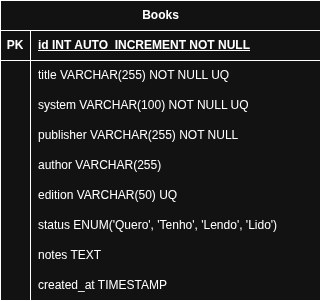
Before: docs/ERD.png, a diagram exported from draw.io (rpgouveia/ec3-ra1-pjbl). Source tidied: cells renumbered, new cells last; positions are measured from the earlier drawing's top-left corner, leaving out a move shared by most shapes.
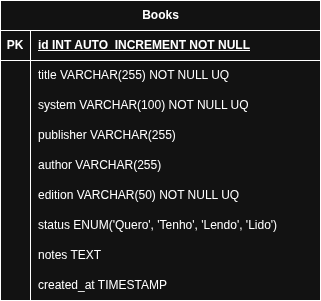
The same file after the commit.

Change to the diagram source:
```diff
@@ -38,7 +38,7 @@
     <mxCell id="13" style="shape=partialRectangle;fillColor=none;top=0;left=0;bottom=0;right=0;overflow=hidden;whiteSpace=wrap;html=1;" parent="12" vertex="1">
       <mxGeometry width="30" height="30" as="geometry" />
     </mxCell>
-    <mxCell id="14" value="publisher VARCHAR(255) NOT NULL" style="shape=partialRectangle;fillColor=none;top=0;left=0;bottom=0;right=0;align=left;spacingLeft=6;overflow=hidden;whiteSpace=wrap;html=1;" parent="12" vertex="1">
+    <mxCell id="14" value="publisher VARCHAR(255)" style="shape=partialRectangle;fillColor=none;top=0;left=0;bottom=0;right=0;align=left;spacingLeft=6;overflow=hidden;whiteSpace=wrap;html=1;" parent="12" vertex="1">
       <mxGeometry x="30" width="290" height="30" as="geometry" />
     </mxCell>
     <mxCell id="15" style="shape=tableRow;horizontal=0;startSize=0;swimlaneHead=0;swimlaneBody=0;fillColor=none;top=0;left=0;right=0;bottom=0;" parent="2" vertex="1">
@@ -56,7 +56,7 @@
     <mxCell id="19" style="shape=partialRectangle;fillColor=none;top=0;left=0;bottom=0;right=0;overflow=hidden;whiteSpace=wrap;html=1;" parent="18" vertex="1">
       <mxGeometry width="30" height="30" as="geometry" />
     </mxCell>
-    <mxCell id="20" value="edition VARCHAR(50) UQ" style="shape=partialRectangle;fillColor=none;top=0;left=0;bottom=0;right=0;align=left;spacingLeft=6;overflow=hidden;whiteSpace=wrap;html=1;" parent="18" vertex="1">
+    <mxCell id="20" value="edition VARCHAR(50) NOT NULL UQ" style="shape=partialRectangle;fillColor=none;top=0;left=0;bottom=0;right=0;align=left;spacingLeft=6;overflow=hidden;whiteSpace=wrap;html=1;" parent="18" vertex="1">
       <mxGeometry x="30" width="290" height="30" as="geometry" />
     </mxCell>
     <mxCell id="21" style="shape=tableRow;horizontal=0;startSize=0;swimlaneHead=0;swimlaneBody=0;fillColor=none;top=0;left=0;right=0;bottom=0;" parent="2" vertex="1">
```
